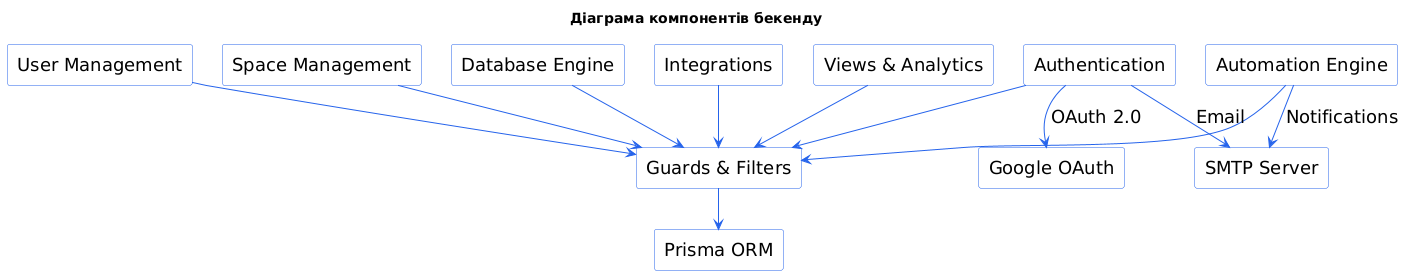
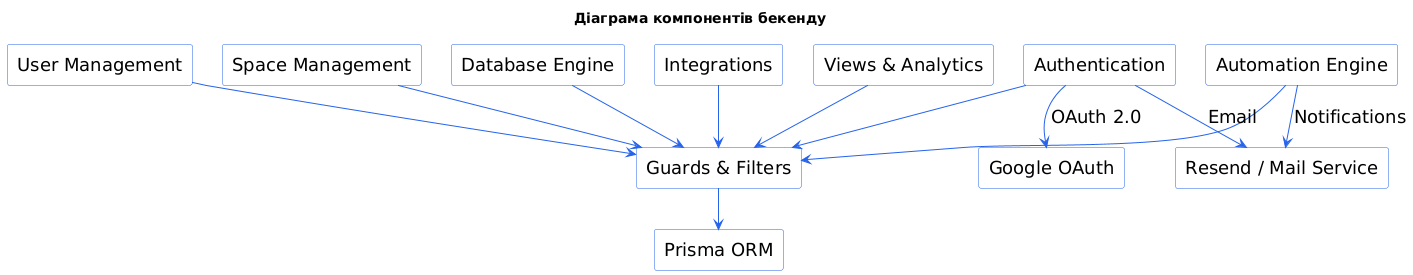
@startuml Component

skinparam backgroundColor #FFFFFF
skinparam shadowing false
skinparam packageStyle rectangle
skinparam defaultFontName "DejaVu Sans"
skinparam defaultFontSize 18
skinparam nodesep 30
skinparam ranksep 40

skinparam componentBackgroundColor #FFFFFF
skinparam componentBorderColor #2563eb
skinparam componentArrowColor #2563eb
skinparam componentStyle rectangle
skinparam componentWidth 200
skinparam componentHeight 70

top to bottom direction

title Діаграма компонентів бекенду

component "Authentication" as Auth
component "User Management" as User
component "Space Management" as Space
component "Database Engine" as DBEngine
component "Views & Analytics" as Views
component "Automation Engine" as Automation
component "Integrations" as Integrations

component "Guards & Filters" as Infra
component "Prisma ORM" as Prisma

component "Google OAuth" as Google
- component "SMTP Server" as SMTP
+ component "Resend / Mail Service" as Mail

Auth --> Infra
User --> Infra
Space --> Infra
DBEngine --> Infra
Views --> Infra
Automation --> Infra
Integrations --> Infra

Infra --> Prisma

Auth --> Google : OAuth 2.0
- Auth --> SMTP : Email
- Automation --> SMTP : Notifications
+ Auth --> Mail : Email
+ Automation --> Mail : Notifications

@enduml
